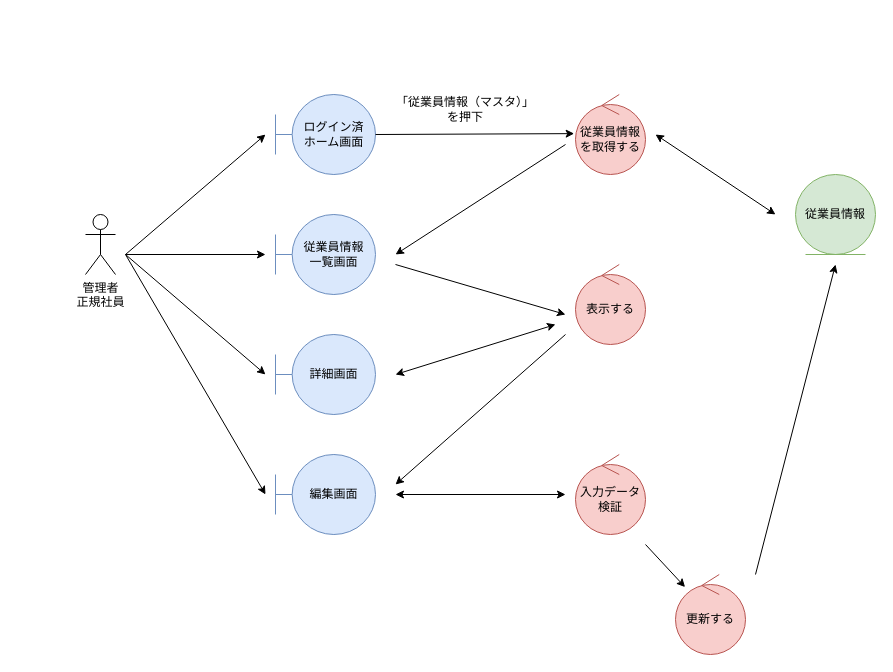
The draw.io diagram page "*従業員情報管理_編集" (3 of 5) of 各種設計書/3ロバストネス図/マスタ管理/1.従業員情報マスタ.drawio in HaruShim/Sotuken, before the edit. Source tidied: cells renumbered, new cells numbered last; positions are measured from the earlier drawing's top-left corner, leaving out a move shared by most shapes. Both pictures are drawn from the tidied source at 100%, with x=0, y=0 at pixel (85, 94).
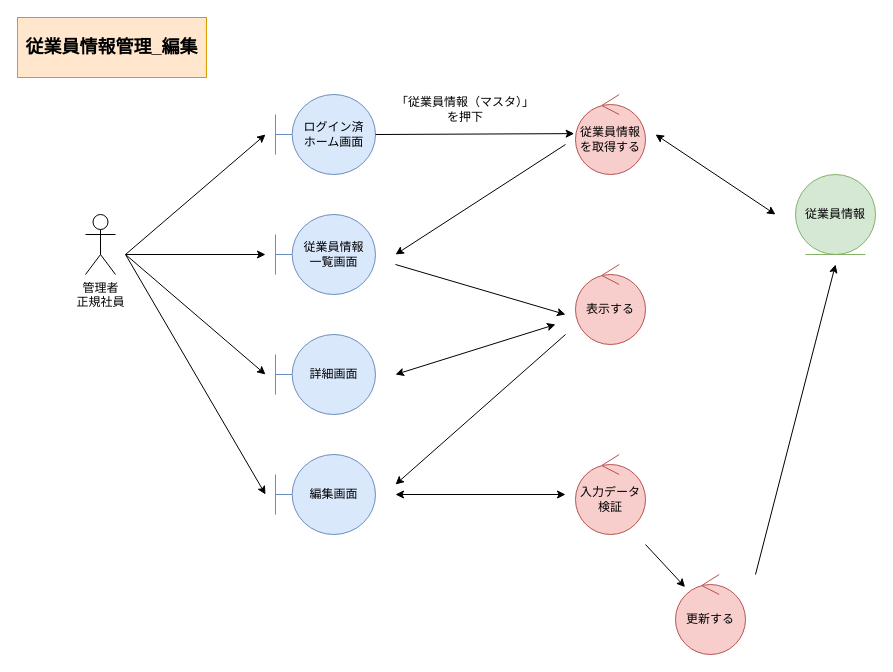
The same page after the edit.

Diff of the diagram source:
```diff
@@
+    <mxCell id="26" value="従業員情報管理_編集" style="rounded=0;whiteSpace=wrap;html=1;fillColor=#ffe6cc;strokeColor=#d79b00;fontStyle=1;fontSize=18;" parent="1" vertex="1">
+      <mxGeometry x="-68" y="-77" width="189" height="60" as="geometry" />
+    </mxCell>
```
